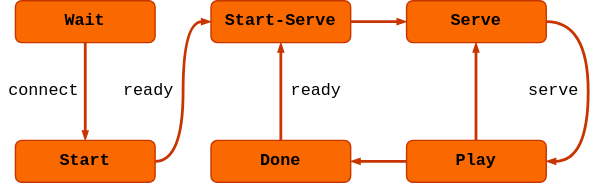
Earlier version of the draw.io export src/public/assets/images/game-state-diagram.svg (maar-ten/pong-online). Source tidied: cells renumbered, new cells last; positions are measured from the earlier drawing's top-left corner, leaving out a move shared by most shapes.
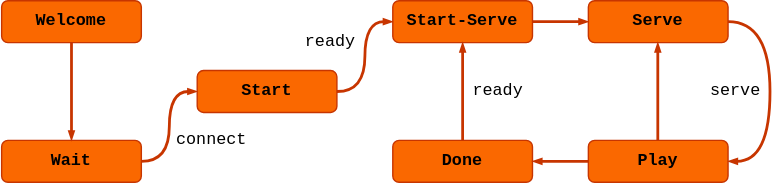
The same file after the commit.

Commit message:
Improve onboarding with welcome state

The edit, as a diff of the source:
```diff
@@ -2,17 +2,17 @@
   <root>
     <mxCell id="0" />
     <mxCell id="1" parent="0" />
-    <mxCell id="2" style="rounded=0;jettySize=auto;html=1;entryX=0.5;entryY=0;entryDx=0;entryDy=0;fontFamily=Courier New;labelBackgroundColor=none;fillColor=#fa6800;strokeColor=#C73500;fontColor=#000000;edgeStyle=orthogonalEdgeStyle;elbow=vertical;curved=1;endArrow=blockThin;endFill=1;strokeWidth=2;endSize=2;" parent="1" edge="1" source="3" target="5">
+    <mxCell id="2" style="rounded=0;jettySize=auto;html=1;entryX=0;entryY=0.5;entryDx=0;entryDy=0;fontFamily=Courier New;labelBackgroundColor=none;fillColor=#fa6800;strokeColor=#C73500;fontColor=#000000;edgeStyle=orthogonalEdgeStyle;elbow=vertical;curved=1;endArrow=blockThin;endFill=1;strokeWidth=2;endSize=2;" parent="1" edge="1" source="3" target="5">
       <mxGeometry relative="1" as="geometry" />
     </mxCell>
     <mxCell id="3" value="&lt;b&gt;Wait&lt;/b&gt;" style="rounded=1;whiteSpace=wrap;html=1;fontFamily=Courier New;labelBackgroundColor=none;fillColor=#fa6800;strokeColor=#C73500;fontColor=#000000;" parent="1" vertex="1">
-      <mxGeometry x="10" width="100" height="30" as="geometry" />
+      <mxGeometry x="-130" y="100" width="100" height="30" as="geometry" />
     </mxCell>
-    <mxCell id="4" style="rounded=0;jettySize=auto;html=1;entryX=0;entryY=0.5;entryDx=0;entryDy=0;fontFamily=Courier New;labelBackgroundColor=none;fillColor=#fa6800;strokeColor=#C73500;fontColor=#000000;edgeStyle=orthogonalEdgeStyle;elbow=vertical;curved=1;endArrow=blockThin;endFill=1;strokeWidth=2;endSize=2;" parent="1" edge="1" source="5" target="7">
+    <mxCell id="4" style="rounded=0;jettySize=auto;html=1;entryX=0;entryY=0.5;entryDx=0;entryDy=0;fontFamily=Courier New;labelBackgroundColor=none;fillColor=#fa6800;strokeColor=#C73500;fontColor=#000000;edgeStyle=orthogonalEdgeStyle;elbow=vertical;curved=1;endArrow=blockThin;endFill=1;strokeWidth=2;endSize=2;exitX=1;exitY=0.5;exitDx=0;exitDy=0;" parent="1" edge="1" source="5" target="7">
       <mxGeometry relative="1" as="geometry" />
     </mxCell>
     <mxCell id="5" value="&lt;div&gt;&lt;b&gt;Start&lt;/b&gt;&lt;/div&gt;" style="rounded=1;whiteSpace=wrap;html=1;fontFamily=Courier New;labelBackgroundColor=none;fillColor=#fa6800;strokeColor=#C73500;fontColor=#000000;" parent="1" vertex="1">
-      <mxGeometry x="10" y="100" width="100" height="30" as="geometry" />
+      <mxGeometry x="10" y="50" width="100" height="30" as="geometry" />
     </mxCell>
     <mxCell id="6" style="rounded=0;jettySize=auto;html=1;entryX=0;entryY=0.5;entryDx=0;entryDy=0;fontFamily=Courier New;labelBackgroundColor=none;fillColor=#fa6800;strokeColor=#C73500;fontColor=#000000;edgeStyle=orthogonalEdgeStyle;elbow=vertical;curved=1;endArrow=blockThin;endFill=1;strokeWidth=2;endSize=2;" parent="1" edge="1" source="7" target="9">
       <mxGeometry relative="1" as="geometry" />
@@ -44,13 +44,13 @@
       <mxGeometry x="290" y="100" width="100" height="30" as="geometry" />
     </mxCell>
     <mxCell id="14" value="&lt;div&gt;ready&lt;/div&gt;" style="text;html=1;align=center;verticalAlign=middle;fontFamily=Courier New;fontColor=#000000;" parent="1" vertex="1">
-      <mxGeometry x="80" y="55" width="50" height="20" as="geometry" />
+      <mxGeometry x="80" y="20" width="50" height="20" as="geometry" />
     </mxCell>
     <mxCell id="15" value="&lt;div&gt;ready&lt;/div&gt;" style="text;html=1;align=center;verticalAlign=middle;fontFamily=Courier New;fontColor=#000000;" parent="1" vertex="1">
       <mxGeometry x="200" y="55" width="50" height="20" as="geometry" />
     </mxCell>
     <mxCell id="16" value="connect" style="text;html=1;align=center;verticalAlign=middle;fontFamily=Courier New;fontColor=#000000;" parent="1" vertex="1">
-      <mxGeometry y="55" width="60" height="20" as="geometry" />
+      <mxGeometry x="-10" y="90" width="60" height="20" as="geometry" />
     </mxCell>
     <mxCell id="17" style="rounded=0;orthogonalLoop=1;jettySize=auto;html=1;entryX=0.5;entryY=1;entryDx=0;entryDy=0;fontFamily=Courier New;labelBackgroundColor=none;fillColor=#fa6800;strokeColor=#C73500;fontColor=#000000;edgeStyle=orthogonalEdgeStyle;elbow=vertical;curved=1;exitX=0.5;exitY=0;exitDx=0;exitDy=0;endArrow=blockThin;endFill=1;strokeWidth=2;endSize=2;" parent="1" edge="1">
       <mxGeometry relative="1" as="geometry">
@@ -61,5 +61,11 @@
     <mxCell id="18" value="serve" style="text;html=1;align=center;verticalAlign=middle;fontFamily=Courier New;fontColor=#000000;" parent="1" vertex="1">
       <mxGeometry x="370" y="55" width="50" height="20" as="geometry" />
     </mxCell>
+    <mxCell id="19" value="&lt;b&gt;Welcome&lt;/b&gt;" style="rounded=1;whiteSpace=wrap;html=1;fontFamily=Courier New;labelBackgroundColor=none;fillColor=#fa6800;strokeColor=#C73500;fontColor=#000000;" parent="1" vertex="1">
+      <mxGeometry x="-130" width="100" height="30" as="geometry" />
+    </mxCell>
+    <mxCell id="20" style="rounded=0;jettySize=auto;html=1;entryX=0.5;entryY=0;entryDx=0;entryDy=0;fontFamily=Courier New;labelBackgroundColor=none;fillColor=#fa6800;strokeColor=#C73500;fontColor=#000000;edgeStyle=orthogonalEdgeStyle;elbow=vertical;curved=1;exitX=0.5;exitY=1;exitDx=0;exitDy=0;endArrow=blockThin;endFill=1;strokeWidth=2;endSize=2;" parent="1" edge="1" source="19" target="3">
+      <mxGeometry relative="1" as="geometry" />
+    </mxCell>
   </root>
 </mxGraphModel>
```
